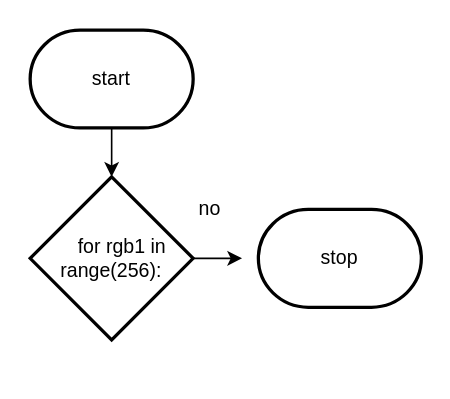
This is design/flowchart.drawio from Emmanuel-Fofeyin/ICS3U-Unit4-06-Python, a draw.io file, before an edit. Source tidied: cells renumbered, new cells numbered last; positions are measured from the earlier drawing's top-left corner, leaving out a move shared by most shapes. Both pictures are drawn from the tidied source at 163%, with x=0, y=0 at pixel (29, 29).
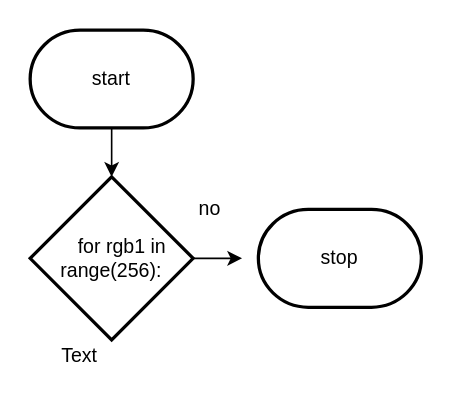
Above is the later version.

What changed in the source:
```diff
@@
 <mxGraphModel>
   <root>
     <mxCell id="0" />
     <mxCell id="1" parent="0" />
     <mxCell id="2" style="edgeStyle=none;html=1;" parent="1" edge="1" source="3" target="5">
       <mxGeometry relative="1" as="geometry" />
     </mxCell>
     <mxCell id="3" value="start" style="strokeWidth=2;html=1;shape=mxgraph.flowchart.terminator;whiteSpace=wrap;" parent="1" vertex="1">
       <mxGeometry width="100" height="60" as="geometry" />
     </mxCell>
     <mxCell id="4" style="edgeStyle=none;html=1;" parent="1" edge="1" source="5">
       <mxGeometry relative="1" as="geometry">
         <mxPoint x="130" y="140" as="targetPoint" />
       </mxGeometry>
     </mxCell>
     <mxCell id="5" value="&lt;div&gt;&amp;nbsp; &amp;nbsp; for rgb1 in range(256):&lt;/div&gt;" style="strokeWidth=2;html=1;shape=mxgraph.flowchart.decision;whiteSpace=wrap;" parent="1" vertex="1">
       <mxGeometry y="90" width="100" height="100" as="geometry" />
     </mxCell>
     <mxCell id="6" value="no" style="text;html=1;align=center;verticalAlign=middle;strokeColor=none;fillColor=none;" parent="1" vertex="1">
       <mxGeometry x="95" y="100" width="30" height="20" as="geometry" />
     </mxCell>
     <mxCell id="7" value="stop" style="strokeWidth=2;html=1;shape=mxgraph.flowchart.terminator;whiteSpace=wrap;" parent="1" vertex="1">
       <mxGeometry x="140" y="110" width="100" height="60" as="geometry" />
     </mxCell>
+    <mxCell id="8" value="Text" style="text;html=1;align=center;verticalAlign=middle;strokeColor=none;fillColor=none;" parent="1" vertex="1">
+      <mxGeometry x="10" y="190" width="40" height="20" as="geometry" />
+    </mxCell>
   </root>
 </mxGraphModel>
```
